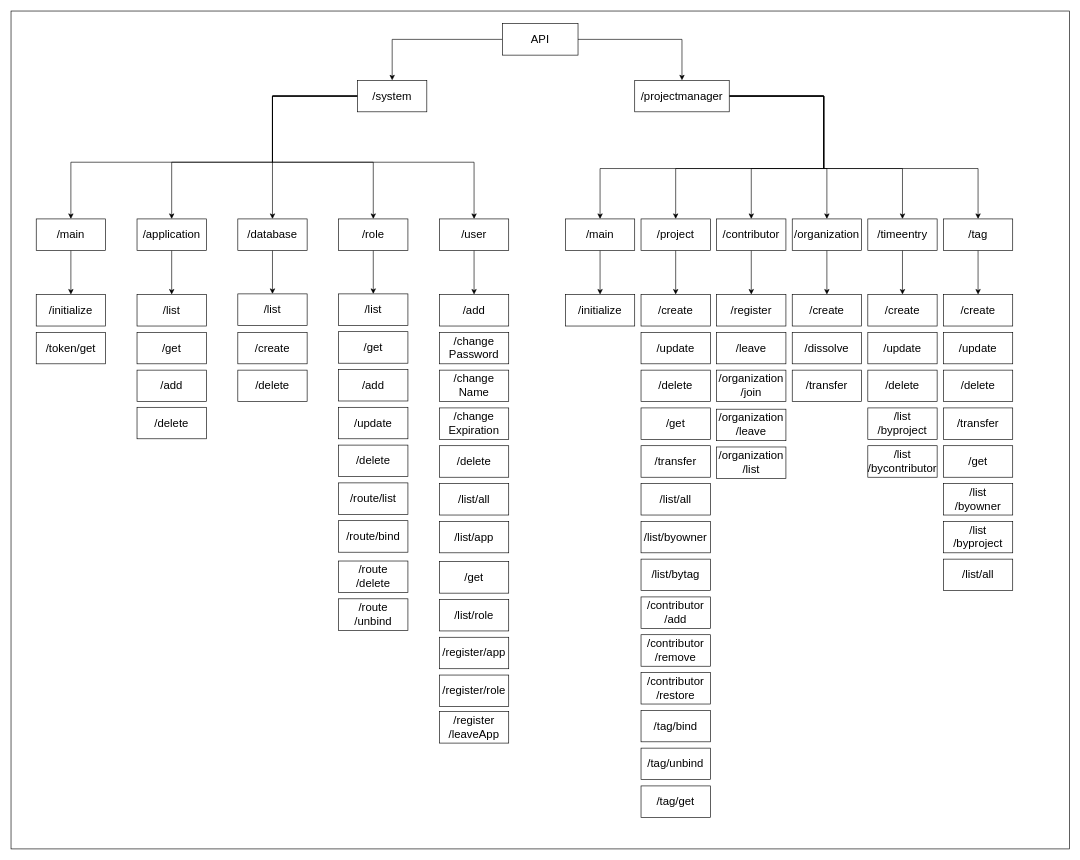
The draw.io diagram Documentation/API Routes.drawio in TheChar/SphereAPI, before the edit. Source tidied: cells renumbered, new cells numbered last; positions are measured from the earlier drawing's top-left corner, leaving out a move shared by most shapes. Both pictures are drawn from the tidied source at 63%, with x=0, y=0 at pixel (11, 11).
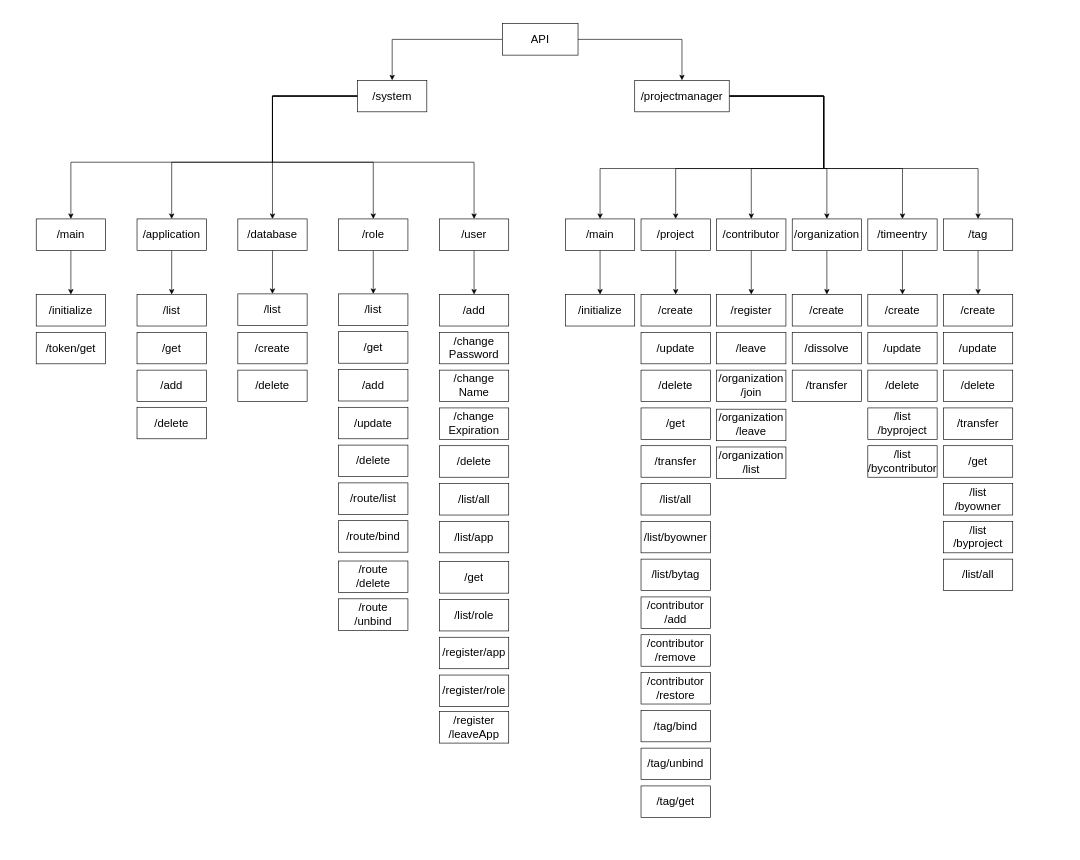
After the change.

Diff of the diagram source:
```diff
@@
-    <mxCell id="2" style="rounded=0;whiteSpace=wrap;html=1;" parent="1" vertex="1">
-      <mxGeometry width="1680" height="1330" as="geometry" />
-    </mxCell>
```
